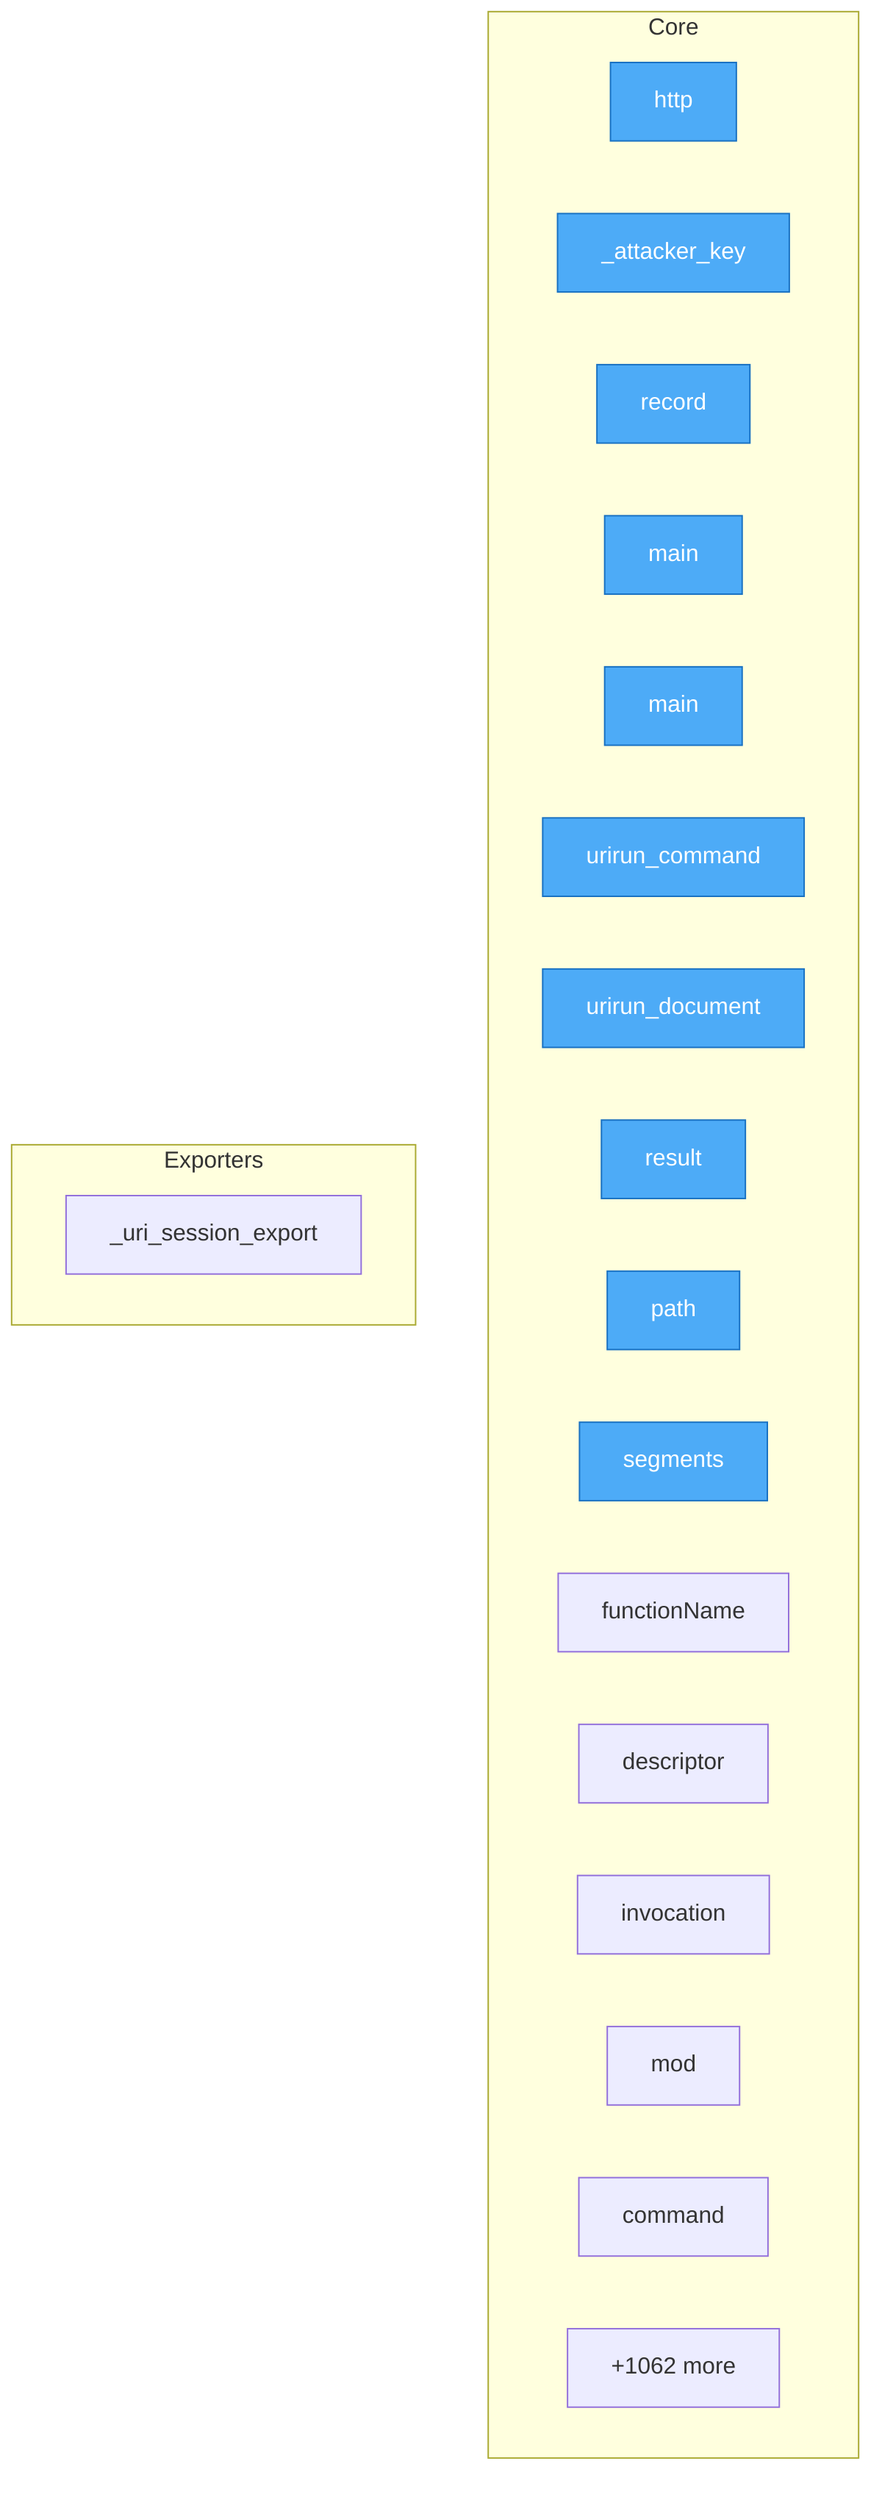
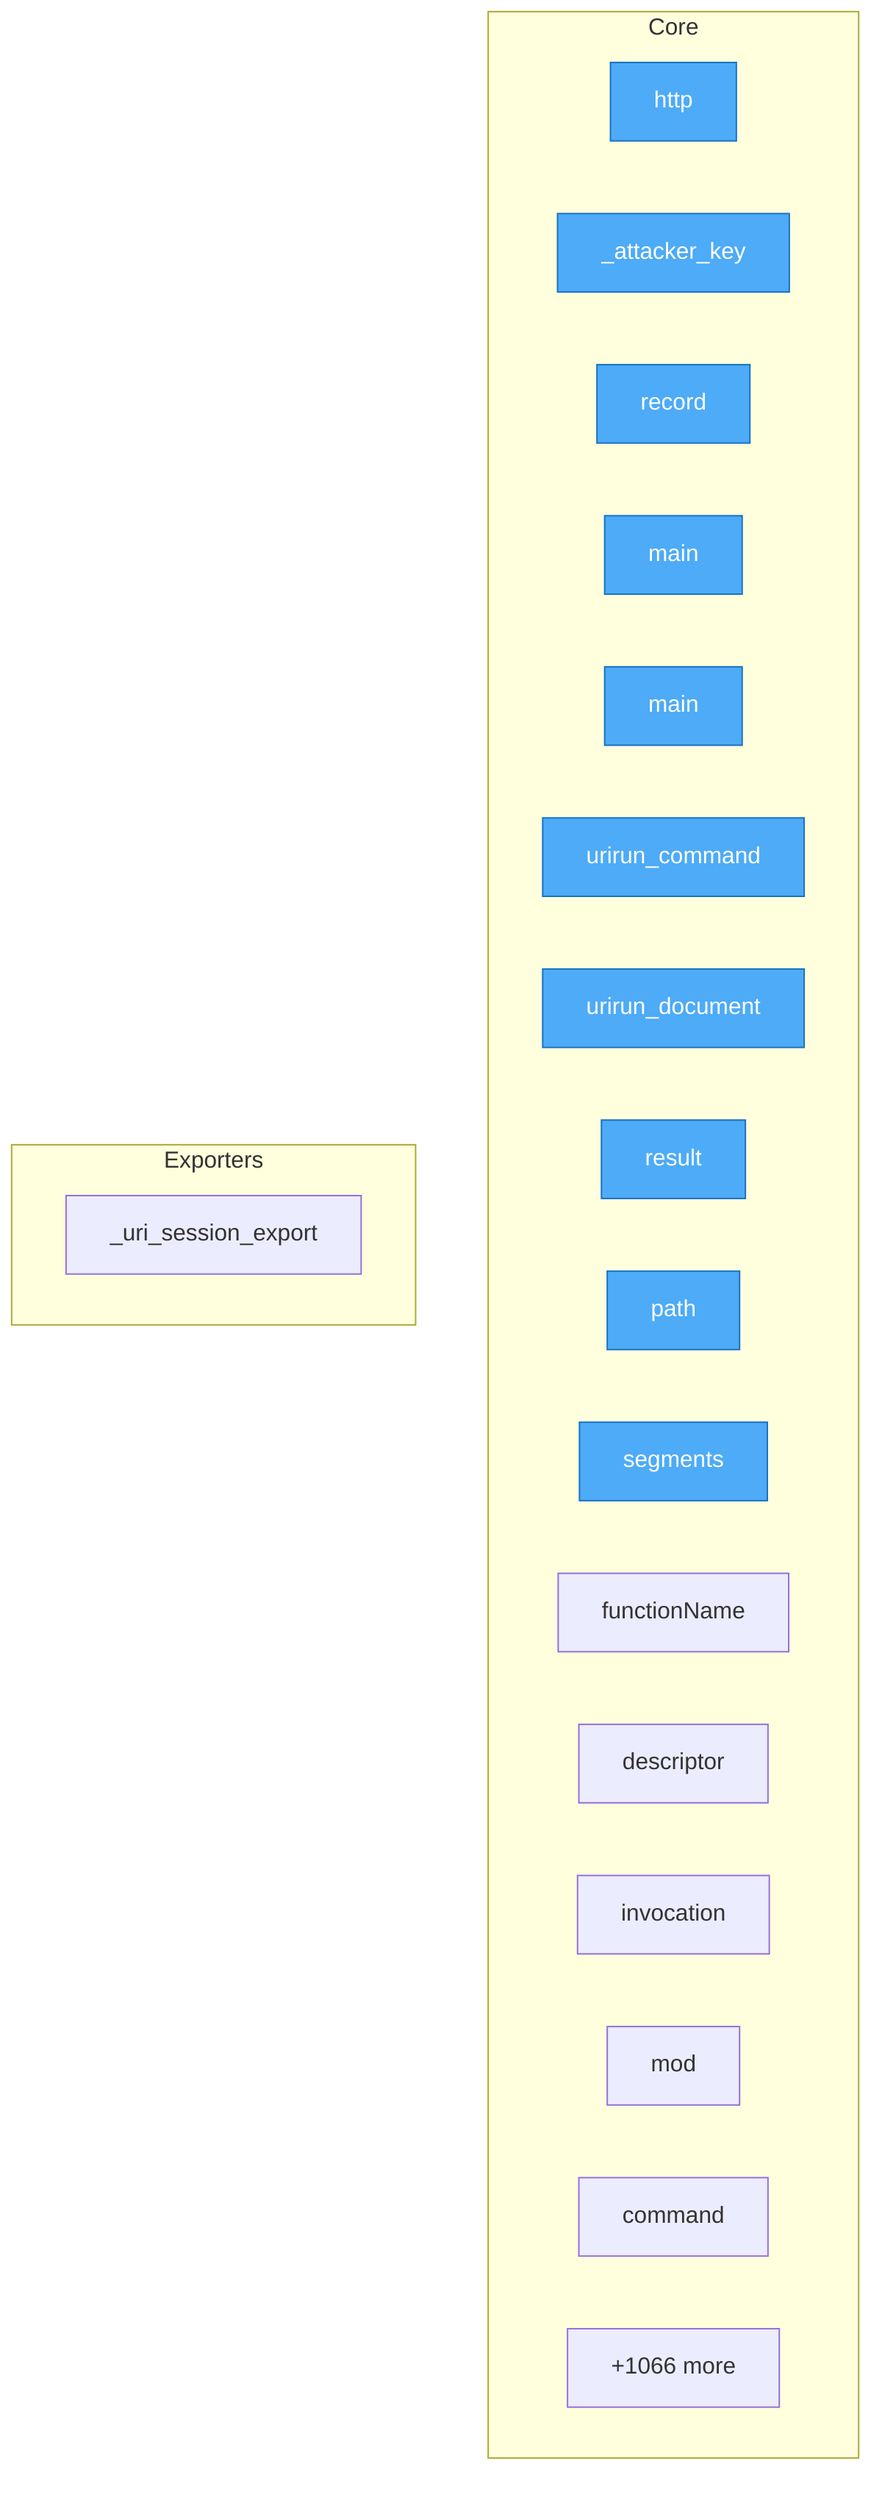
flowchart TD
- %% generated in 0.09s
+ %% generated in 0.07s

    %% Entry points (blue)
    classDef entry fill:#4dabf7,stroke:#1971c2,color:#fff

    subgraph Core
        security__mesh_probe__probe__http["http"]
        security__mesh_probe__probe___attacker_key["_attacker_key"]
        security__mesh_probe__probe__record["record"]
        adapters__conformance__main["main"]
        adapters__new_connector__main["main"]
        adapters__bash__urirun__urirun_command["urirun_command"]
        adapters__bash__urirun__urirun_document["urirun_document"]
        adapters__js__index__test__result["result"]
        adapters__js__path["path"]
        adapters__js__segments["segments"]
        adapters__js__functionName["functionName"]
        adapters__js__descriptor["descriptor"]
        adapters__js__invocation["invocation"]
        adapters__js__mod["mod"]
        adapters__java__Urirun__Urirun__command["command"]
-         ...["+1062 more"]
+         ...["+1066 more"]
    end

    subgraph Exporters
        adapters__python__urirun__node__skill___uri_session_export["_uri_session_export"]
    end

    class security__mesh_probe__probe__http,security__mesh_probe__probe___attacker_key,security__mesh_probe__probe__record,adapters__conformance__main,adapters__new_connector__main,adapters__bash__urirun__urirun_command,adapters__bash__urirun__urirun_document,adapters__js__index__test__result,adapters__js__path,adapters__js__segments entry
